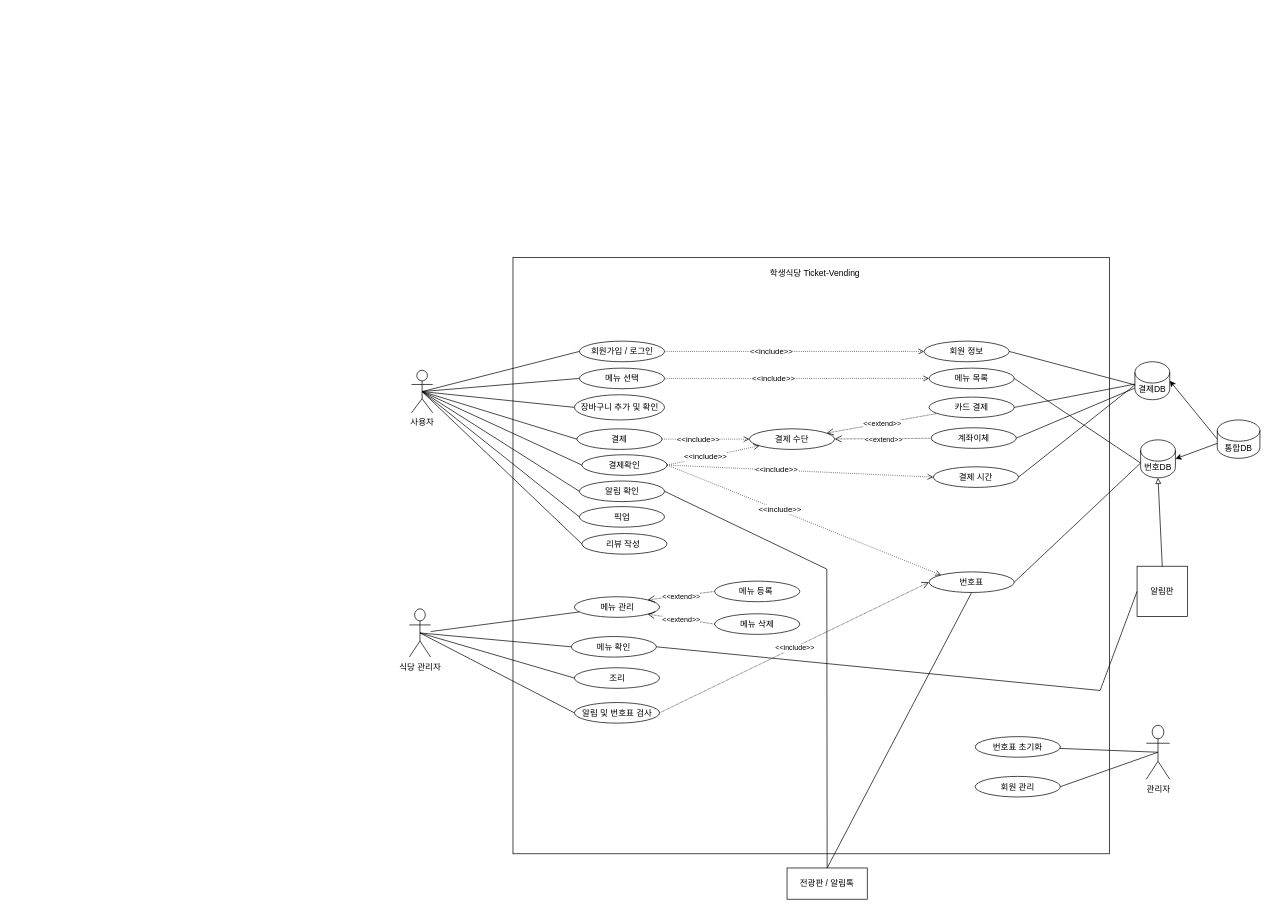
This is Student-cafeteria.drawio from four-idiots-team/student-cafteria-ticket-vending, a draw.io file, before an edit. Source tidied: cells renumbered, new cells numbered last; positions are measured from the earlier drawing's top-left corner, leaving out a move shared by most shapes. Both pictures are drawn from the tidied source at 71%, with x=0, y=0 at pixel (409, 257).
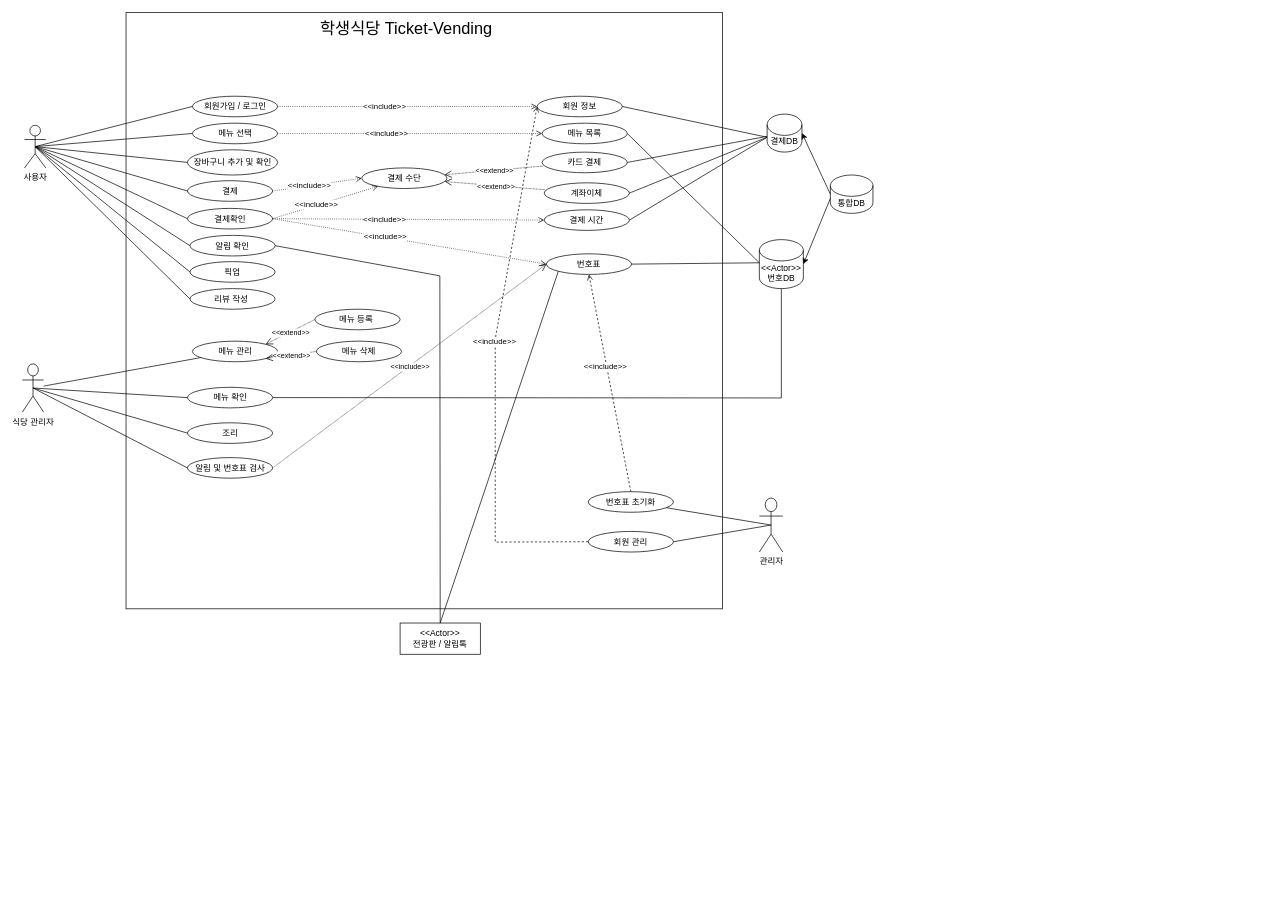
The same page after the edit.

Diff of the diagram source:
```diff
@@
     <mxCell id="2" value="사용자" style="shape=umlActor;verticalLabelPosition=bottom;verticalAlign=top;html=1;outlineConnect=0;" parent="1" vertex="1">
-      <mxGeometry x="3" y="159" width="30" height="60" as="geometry" />
+      <mxGeometry x="-542" y="-186" width="30" height="60" as="geometry" />
     </mxCell>
     <mxCell id="3" style="whiteSpace=wrap;html=1;" parent="1" vertex="1">
-      <mxGeometry x="146" width="840" height="840" as="geometry" />
+      <mxGeometry x="-399" y="-345" width="840" height="840" as="geometry" />
     </mxCell>
@@
     <mxCell id="5" value="식당 관리자" style="shape=umlActor;verticalLabelPosition=bottom;verticalAlign=top;html=1;outlineConnect=0;" parent="1" vertex="1">
-      <mxGeometry y="495" width="30" height="68" as="geometry" />
+      <mxGeometry x="-545" y="150" width="30" height="68" as="geometry" />
     </mxCell>
     <mxCell id="6" value="관리자" style="shape=umlActor;verticalLabelPosition=bottom;verticalAlign=top;html=1;outlineConnect=0;" parent="1" vertex="1">
-      <mxGeometry x="1038" y="659" width="33" height="76" as="geometry" />
+      <mxGeometry x="493" y="339" width="33" height="76" as="geometry" />
     </mxCell>
     <mxCell id="7" value="메뉴 선택" style="ellipse;whiteSpace=wrap;html=1;" parent="1" vertex="1">
-      <mxGeometry x="239.5" y="156" width="120" height="29" as="geometry" />
+      <mxGeometry x="-305.5" y="-189" width="120" height="29" as="geometry" />
     </mxCell>
     <mxCell id="8" value="결제" style="ellipse;whiteSpace=wrap;html=1;" parent="1" vertex="1">
-      <mxGeometry x="236" y="241.5" width="120" height="29" as="geometry" />
+      <mxGeometry x="-312.5" y="-108" width="120" height="29" as="geometry" />
     </mxCell>
     <mxCell id="9" value="회원가입 / 로그인" style="ellipse;whiteSpace=wrap;html=1;" parent="1" vertex="1">
-      <mxGeometry x="239.5" y="118" width="120" height="29" as="geometry" />
+      <mxGeometry x="-305.5" y="-227" width="120" height="29" as="geometry" />
     </mxCell>
     <mxCell id="10" value="조리" style="ellipse;whiteSpace=wrap;html=1;" parent="1" vertex="1">
-      <mxGeometry x="232.5" y="578" width="120" height="29" as="geometry" />
+      <mxGeometry x="-312.5" y="233" width="120" height="29" as="geometry" />
     </mxCell>
     <mxCell id="11" value="알림 및 번호표 검사" style="ellipse;whiteSpace=wrap;html=1;" parent="1" vertex="1">
-      <mxGeometry x="232.5" y="627" width="120" height="29" as="geometry" />
+      <mxGeometry x="-312.5" y="282" width="120" height="29" as="geometry" />
     </mxCell>
     <mxCell id="12" value="메뉴 확인" style="ellipse;whiteSpace=wrap;html=1;" parent="1" vertex="1">
-      <mxGeometry x="228" y="534" width="120" height="29" as="geometry" />
+      <mxGeometry x="-312.5" y="183" width="120" height="29" as="geometry" />
     </mxCell>
     <mxCell id="13" value="알림 확인" style="ellipse;whiteSpace=wrap;html=1;" parent="1" vertex="1">
-      <mxGeometry x="239.5" y="315" width="120" height="29" as="geometry" />
+      <mxGeometry x="-309" y="-31" width="120" height="29" as="geometry" />
     </mxCell>
     <mxCell id="14" value="번호표 초기화" style="ellipse;whiteSpace=wrap;html=1;" parent="1" vertex="1">
-      <mxGeometry x="797" y="675" width="120" height="29" as="geometry" />
+      <mxGeometry x="252" y="330" width="120" height="29" as="geometry" />
     </mxCell>
     <mxCell id="15" value="회원 관리" style="ellipse;whiteSpace=wrap;html=1;" parent="1" vertex="1">
-      <mxGeometry x="797" y="731" width="120" height="29" as="geometry" />
+      <mxGeometry x="252" y="386" width="120" height="29" as="geometry" />
     </mxCell>
     <mxCell id="16" value="회원 정보" style="ellipse;whiteSpace=wrap;html=1;" parent="1" vertex="1">
-      <mxGeometry x="725" y="118" width="120" height="29" as="geometry" />
+      <mxGeometry x="180" y="-227" width="120" height="29" as="geometry" />
     </mxCell>
     <mxCell id="17" value="번호표" style="ellipse;whiteSpace=wrap;html=1;" parent="1" vertex="1">
-      <mxGeometry x="732" y="443" width="120" height="29" as="geometry" />
+      <mxGeometry x="193" y="-5" width="120" height="29" as="geometry" />
     </mxCell>
     <mxCell id="18" value="결제 시간" style="ellipse;whiteSpace=wrap;html=1;" parent="1" vertex="1">
-      <mxGeometry x="738" y="295" width="120" height="29" as="geometry" />
+      <mxGeometry x="190" y="-67" width="120" height="29" as="geometry" />
     </mxCell>
     <mxCell id="19" value="메뉴 목록" style="ellipse;whiteSpace=wrap;html=1;" parent="1" vertex="1">
-      <mxGeometry x="732" y="156" width="120" height="29" as="geometry" />
+      <mxGeometry x="187" y="-189" width="120" height="29" as="geometry" />
     </mxCell>
     <mxCell id="20" value="결제 수단" style="ellipse;whiteSpace=wrap;html=1;" parent="1" vertex="1">
-      <mxGeometry x="479" y="241.5" width="120" height="29" as="geometry" />
+      <mxGeometry x="-67" y="-126" width="120" height="29" as="geometry" />
     </mxCell>
-    <mxCell id="21" value="학생식당 Ticket-Vending" style="text;html=1;align=center;verticalAlign=middle;whiteSpace=wrap;rounded=0;" parent="1" vertex="1">
-      <mxGeometry x="502.5" y="8" width="137" height="30" as="geometry" />
+    <mxCell id="21" value="학생식당 Ticket-Vending" style="text;html=1;align=center;verticalAlign=middle;whiteSpace=wrap;rounded=0;fontSize=23;" parent="1" vertex="1">
+      <mxGeometry x="-151" y="-337" width="293.5" height="30" as="geometry" />
     </mxCell>
@@
     <mxCell id="32" value="결제DB" style="shape=cylinder3;whiteSpace=wrap;html=1;boundedLbl=1;backgroundOutline=1;size=15;" parent="1" vertex="1">
-      <mxGeometry x="1022" y="147" width="49" height="53.5" as="geometry" />
+      <mxGeometry x="504" y="-201.8" width="49" height="53.5" as="geometry" />
     </mxCell>
@@
-    <mxCell id="39" value="번호DB" style="shape=cylinder3;whiteSpace=wrap;html=1;boundedLbl=1;backgroundOutline=1;size=15;" parent="1" vertex="1">
-      <mxGeometry x="1030" y="257" width="49" height="53.5" as="geometry" />
+    <mxCell id="39" value="&lt;div&gt;&amp;lt;&amp;lt;Actor&amp;gt;&amp;gt;&lt;/div&gt;번호DB" style="shape=cylinder3;whiteSpace=wrap;html=1;boundedLbl=1;backgroundOutline=1;size=15;" parent="1" vertex="1">
+      <mxGeometry x="493" y="-25" width="62" height="69" as="geometry" />
     </mxCell>
     <mxCell id="40" value="통합DB" style="shape=cylinder3;whiteSpace=wrap;html=1;boundedLbl=1;backgroundOutline=1;size=15;" parent="1" vertex="1">
-      <mxGeometry x="1138" y="229" width="60" height="54" as="geometry" />
+      <mxGeometry x="593" y="-116" width="60" height="54" as="geometry" />
     </mxCell>
     <mxCell id="41" style="edgeStyle=orthogonalEdgeStyle;rounded=0;orthogonalLoop=1;jettySize=auto;html=1;exitX=0.5;exitY=1;exitDx=0;exitDy=0;" parent="1" edge="1">
       <mxGeometry relative="1" as="geometry">
-        <mxPoint x="804" y="727" as="sourcePoint" />
-        <mxPoint x="804" y="727" as="targetPoint" />
+        <mxPoint x="259" y="382" as="sourcePoint" />
+        <mxPoint x="259" y="382" as="targetPoint" />
       </mxGeometry>
     </mxCell>
     <mxCell id="42" value="메뉴 등록&amp;nbsp;" style="ellipse;whiteSpace=wrap;html=1;" parent="1" vertex="1">
-      <mxGeometry x="430" y="456" width="120" height="29" as="geometry" />
+      <mxGeometry x="-133" y="73" width="120" height="29" as="geometry" />
     </mxCell>
     <mxCell id="43" value="메뉴 삭제" style="ellipse;whiteSpace=wrap;html=1;" parent="1" vertex="1">
-      <mxGeometry x="430" y="502" width="120" height="29" as="geometry" />
+      <mxGeometry x="-131" y="118" width="120" height="29" as="geometry" />
     </mxCell>
-    <mxCell id="44" value="전광판 / 알림톡" style="rounded=0;whiteSpace=wrap;html=1;" parent="1" vertex="1">
-      <mxGeometry x="532" y="860" width="113" height="44" as="geometry" />
+    <mxCell id="44" value="&lt;div&gt;&amp;lt;&amp;lt;Actor&amp;gt;&amp;gt;&lt;/div&gt;전광판 / 알림톡" style="rounded=0;whiteSpace=wrap;html=1;" parent="1" vertex="1">
+      <mxGeometry x="-13" y="515" width="113" height="44" as="geometry" />
     </mxCell>
@@
     <mxCell id="46" value="픽업" style="ellipse;whiteSpace=wrap;html=1;" parent="1" vertex="1">
-      <mxGeometry x="239.5" y="351" width="120" height="29" as="geometry" />
+      <mxGeometry x="-309" y="6" width="120" height="29" as="geometry" />
     </mxCell>
     <mxCell id="47" value="리뷰 작성&amp;nbsp;" style="ellipse;whiteSpace=wrap;html=1;" parent="1" vertex="1">
-      <mxGeometry x="243" y="389" width="120" height="29" as="geometry" />
+      <mxGeometry x="-309" y="44" width="120" height="29" as="geometry" />
     </mxCell>
@@
-    <mxCell id="49" value="알림판" style="whiteSpace=wrap;html=1;" parent="1" vertex="1">
-      <mxGeometry x="1025" y="435" width="71" height="71" as="geometry" />
-    </mxCell>
@@
     <mxCell id="52" style="endArrow=none;html=1;rounded=0;entryX=1;entryY=0.5;entryDx=0;entryDy=0;exitX=0.5;exitY=0;exitDx=0;exitDy=0;" parent="1" edge="1" source="44" target="13">
       <mxGeometry relative="1" as="geometry">
         <Array as="points">
-          <mxPoint x="588" y="439" />
+          <mxPoint x="43" y="26" />
         </Array>
       </mxGeometry>
     </mxCell>
     <mxCell id="53" value="장바구니 추가 및 확인" style="ellipse;whiteSpace=wrap;html=1;" parent="1" vertex="1">
-      <mxGeometry x="232.5" y="193.5" width="127" height="35.5" as="geometry" />
+      <mxGeometry x="-312.5" y="-151.5" width="127" height="35.5" as="geometry" />
     </mxCell>
@@
     <mxCell id="57" value="계좌이체" style="ellipse;whiteSpace=wrap;html=1;" parent="1" vertex="1">
-      <mxGeometry x="735" y="240" width="120" height="29" as="geometry" />
+      <mxGeometry x="190" y="-105" width="120" height="29" as="geometry" />
     </mxCell>
@@
     <mxCell id="60" value="카드 결제" style="ellipse;whiteSpace=wrap;html=1;" parent="1" vertex="1">
-      <mxGeometry x="732" y="196.8" width="120" height="29" as="geometry" />
+      <mxGeometry x="187" y="-148.2" width="120" height="29" as="geometry" />
     </mxCell>
@@
-    <mxCell id="62" style="endArrow=none;html=1;rounded=0;fontSize=12;startSize=8;endSize=8;curved=1;exitX=1;exitY=0.5;exitDx=0;exitDy=0;" parent="1" edge="1" source="57" target="32">
+    <mxCell id="62" style="endArrow=none;html=1;rounded=0;fontSize=12;startSize=8;endSize=8;curved=1;exitX=1;exitY=0.5;exitDx=0;exitDy=0;entryX=0;entryY=0;entryDx=0;entryDy=32.625;entryPerimeter=0;" parent="1" edge="1" source="57" target="32">
       <mxGeometry relative="1" as="geometry" />
     </mxCell>
@@
     <mxCell id="64" value="메뉴 관리" style="ellipse;whiteSpace=wrap;html=1;" parent="1" vertex="1">
-      <mxGeometry x="232.5" y="478" width="120" height="29" as="geometry" />
+      <mxGeometry x="-305.5" y="118" width="120" height="29" as="geometry" />
     </mxCell>
@@
-    <mxCell id="75" style="endArrow=open;html=1;rounded=0;dashed=1;dashPattern=1 2;endFill=0;exitX=1;exitY=0.5;exitDx=0;exitDy=0;" parent="1" edge="1" source="8" target="20">
+    <mxCell id="75" style="endArrow=open;html=1;rounded=0;dashed=1;dashPattern=1 2;endFill=0;exitX=1;exitY=0.5;exitDx=0;exitDy=0;entryX=0;entryY=0.5;entryDx=0;entryDy=0;" parent="1" edge="1" source="8" target="20">
       <mxGeometry relative="1" as="geometry" />
     </mxCell>
@@
     <mxCell id="77" value="결제확인" style="ellipse;whiteSpace=wrap;html=1;" parent="1" vertex="1">
-      <mxGeometry x="243" y="278" width="120" height="29" as="geometry" />
+      <mxGeometry x="-312.5" y="-69" width="120" height="29" as="geometry" />
     </mxCell>
@@
-    <mxCell id="86" style="endArrow=open;html=1;rounded=0;dashed=1;dashPattern=1 2;endFill=0;exitX=1;exitY=0.5;exitDx=0;exitDy=0;entryX=0;entryY=0;entryDx=0;entryDy=0;" parent="1" edge="1" source="77" target="17">
+    <mxCell id="86" style="endArrow=open;html=1;rounded=0;dashed=1;dashPattern=1 2;endFill=0;exitX=1;exitY=0.5;exitDx=0;exitDy=0;entryX=0;entryY=0.5;entryDx=0;entryDy=0;" parent="1" edge="1" source="77" target="17">
       <mxGeometry relative="1" as="geometry" />
     </mxCell>
@@
-    <mxCell id="88" style="endArrow=none;html=1;rounded=0;exitX=0.5;exitY=0;exitDx=0;exitDy=0;entryX=0.5;entryY=1;entryDx=0;entryDy=0;" parent="1" edge="1" source="44" target="17">
+    <mxCell id="88" style="endArrow=none;html=1;rounded=0;exitX=0.5;exitY=0;exitDx=0;exitDy=0;entryX=0;entryY=1;entryDx=0;entryDy=0;" parent="1" edge="1" source="44" target="17">
       <mxGeometry relative="1" as="geometry" />
     </mxCell>
@@
-    <mxCell id="90" style="endArrow=block;html=1;rounded=0;exitX=0.5;exitY=0;exitDx=0;exitDy=0;entryX=0.5;entryY=1;entryDx=0;entryDy=0;endFill=0;entryPerimeter=0;" parent="1" edge="1" source="49" target="39">
-      <mxGeometry relative="1" as="geometry" />
-    </mxCell>
-    <mxCell id="91" style="endArrow=none;html=1;rounded=0;exitX=1;exitY=0.5;exitDx=0;exitDy=0;entryX=0;entryY=0.5;entryDx=0;entryDy=0;" parent="1" edge="1" source="12" target="49">
-      <mxGeometry relative="1" as="geometry">
-        <Array as="points">
-          <mxPoint x="973" y="610" />
-        </Array>
-      </mxGeometry>
-    </mxCell>
+    <mxCell id="92" style="endArrow=none;html=1;rounded=0;exitX=1;exitY=0.5;exitDx=0;exitDy=0;" parent="1" edge="1" source="12" target="39">
+      <mxGeometry relative="1" as="geometry">
+        <Array as="points">
+          <mxPoint x="524" y="198" />
+        </Array>
+      </mxGeometry>
+    </mxCell>
+    <mxCell id="93" style="endArrow=open;html=1;rounded=0;exitX=0.5;exitY=0;exitDx=0;exitDy=0;entryX=0.5;entryY=1;entryDx=0;entryDy=0;endFill=0;dashed=1;" parent="1" edge="1" source="14" target="17">
+      <mxGeometry relative="1" as="geometry" />
+    </mxCell>
+    <mxCell id="94" value="&amp;lt;&amp;lt;include&amp;gt;&amp;gt;" style="edgeLabel;html=1;align=center;verticalAlign=middle;" parent="93" vertex="1">
+      <mxGeometry x="0.15" y="3" relative="1" as="geometry">
+        <mxPoint y="-1" as="offset" />
+      </mxGeometry>
+    </mxCell>
+    <mxCell id="95" style="endArrow=open;html=1;rounded=0;exitX=0;exitY=0.5;exitDx=0;exitDy=0;endFill=0;dashed=1;entryX=0;entryY=0.5;entryDx=0;entryDy=0;" parent="1" edge="1" source="15" target="16">
+      <mxGeometry relative="1" as="geometry">
+        <Array as="points">
+          <mxPoint x="121" y="401" />
+          <mxPoint x="121" y="115" />
+        </Array>
+      </mxGeometry>
+    </mxCell>
+    <mxCell id="96" value="&amp;lt;&amp;lt;include&amp;gt;&amp;gt;" style="edgeLabel;html=1;align=center;verticalAlign=middle;" parent="95" vertex="1">
+      <mxGeometry x="0.15" y="3" relative="1" as="geometry">
+        <mxPoint x="-1" y="18" as="offset" />
+      </mxGeometry>
+    </mxCell>
```
